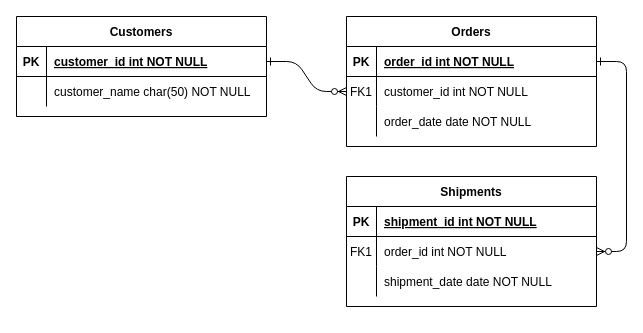
Before: database/migrations/Untitled Diagram.drawio in Rajvirsingh617/electo02, a draw.io diagram. Source tidied: cells renumbered, new cells numbered last; positions are measured from the earlier drawing's top-left corner, leaving out a move shared by most shapes. Both pictures are drawn from the tidied source at 100%, with x=0, y=0 at pixel (16, 16).
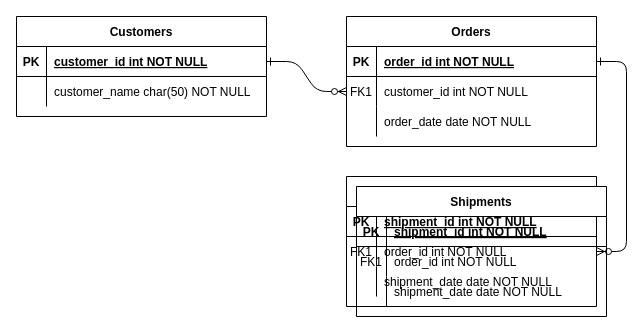
The same page after the edit.

Diff of the diagram source:
```diff
@@
+    <mxCell id="31" value="Shipments" style="shape=table;startSize=30;childLayout=tableLayout;rowLines=0;fontStyle=1;align=center;" parent="1" vertex="1">
+      <mxGeometry x="340" y="170" width="250" height="130" as="geometry" />
+    </mxCell>
+    <mxCell id="32" style="shape=partialRectangle;fillColor=none;top=0;left=0;right=0;bottom=1;" parent="31" vertex="1">
+      <mxGeometry y="30" width="250" height="30" as="geometry" />
+    </mxCell>
+    <mxCell id="33" value="PK" style="shape=partialRectangle;overflow=hidden;fillColor=none;top=0;left=0;bottom=0;right=0;fontStyle=1;" parent="32" vertex="1">
+      <mxGeometry width="30" height="30" as="geometry" />
+    </mxCell>
+    <mxCell id="34" value="shipment_id int NOT NULL " style="shape=partialRectangle;overflow=hidden;fillColor=none;top=0;left=0;bottom=0;right=0;align=left;spacingLeft=6;fontStyle=5;" parent="32" vertex="1">
+      <mxGeometry x="30" width="220" height="30" as="geometry" />
+    </mxCell>
+    <mxCell id="35" style="shape=partialRectangle;fillColor=none;top=0;left=0;right=0;bottom=0;" parent="31" vertex="1">
+      <mxGeometry y="60" width="250" height="30" as="geometry" />
+    </mxCell>
+    <mxCell id="36" value="FK1" style="shape=partialRectangle;overflow=hidden;fillColor=none;top=0;left=0;bottom=0;right=0;" parent="35" vertex="1">
+      <mxGeometry width="30" height="30" as="geometry" />
+    </mxCell>
+    <mxCell id="37" value="order_id int NOT NULL" style="shape=partialRectangle;overflow=hidden;fillColor=none;top=0;left=0;bottom=0;right=0;align=left;spacingLeft=6;" parent="35" vertex="1">
+      <mxGeometry x="30" width="220" height="30" as="geometry" />
+    </mxCell>
+    <mxCell id="38" style="shape=partialRectangle;fillColor=none;top=0;left=0;right=0;bottom=0;" parent="31" vertex="1">
+      <mxGeometry y="90" width="250" height="30" as="geometry" />
+    </mxCell>
+    <mxCell id="39" style="shape=partialRectangle;overflow=hidden;fillColor=none;top=0;left=0;bottom=0;right=0;" parent="38" vertex="1">
+      <mxGeometry width="30" height="30" as="geometry" />
+    </mxCell>
+    <mxCell id="40" value="shipment_date date NOT NULL" style="shape=partialRectangle;overflow=hidden;fillColor=none;top=0;left=0;bottom=0;right=0;align=left;spacingLeft=6;" parent="38" vertex="1">
+      <mxGeometry x="30" width="220" height="30" as="geometry" />
+    </mxCell>
```
